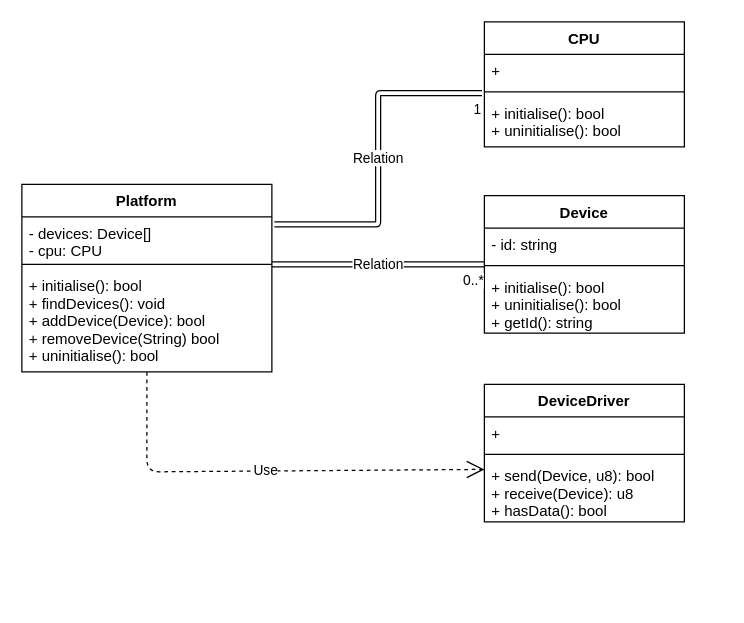
This is docs/design/kernel/platform-abstraction/diagram.drawio from ajh123/gtmos, a draw.io file, before an edit. Source tidied: cells renumbered, new cells numbered last; positions are measured from the earlier drawing's top-left corner, leaving out a move shared by most shapes. Both pictures are drawn from the tidied source at 125%, with x=0, y=0 at pixel (21, 21).
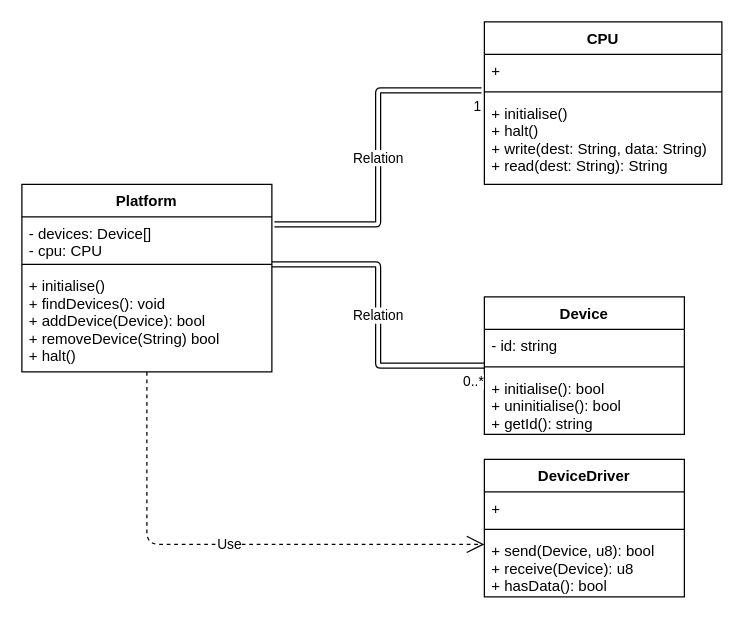
Above is the later version.

Unchanged cells that the change refers to:
```xml
<mxCell id="2" value="Platform" style="swimlane;fontStyle=1;align=center;verticalAlign=top;horizontal=1;startSize=26;" parent="1" vertex="1">
  <mxGeometry y="130" width="200" height="150" as="geometry" />
</mxCell>
<mxCell id="21" value="+ send(Device, u8): bool&#10;+ receive(Device): u8&#10;+ hasData(): bool" style="text;strokeColor=none;fillColor=none;align=left;verticalAlign=top;spacingLeft=4;spacingRight=4;overflow=hidden;points=[[0,0.5],[1,0.5]];portConstraint=eastwest;" parent="18" vertex="1">
  <mxGeometry y="60" width="160" height="50" as="geometry" />
</mxCell>
```

The edit, as a diff of the source:
```diff
@@
-    <mxCell id="5" value="+ initialise(): bool&#10;+ findDevices(): void&#10;+ addDevice(Device): bool&#10;+ removeDevice(String) bool&#10;+ uninitialise(): bool" style="text;strokeColor=none;fillColor=none;align=left;verticalAlign=top;spacingLeft=4;spacingRight=4;overflow=hidden;points=[[0,0.5],[1,0.5]];portConstraint=eastwest;" parent="2" vertex="1">
+    <mxCell id="5" value="+ initialise()&#10;+ findDevices(): void&#10;+ addDevice(Device): bool&#10;+ removeDevice(String) bool&#10;+ halt()" style="text;strokeColor=none;fillColor=none;align=left;verticalAlign=top;spacingLeft=4;spacingRight=4;overflow=hidden;points=[[0,0.5],[1,0.5]];portConstraint=eastwest;" parent="2" vertex="1">
       <mxGeometry y="68" width="200" height="82" as="geometry" />
     </mxCell>
     <mxCell id="6" value="Device" style="swimlane;fontStyle=1;align=center;verticalAlign=top;horizontal=1;startSize=26;" parent="1" vertex="1">
-      <mxGeometry x="370" y="139" width="160" height="110" as="geometry" />
+      <mxGeometry x="370" y="220" width="160" height="110" as="geometry" />
     </mxCell>
@@
     <mxCell id="10" value="CPU" style="swimlane;fontStyle=1;align=center;verticalAlign=top;horizontal=1;startSize=26;" parent="1" vertex="1">
-      <mxGeometry x="370" width="160" height="100" as="geometry" />
+      <mxGeometry x="370" width="190" height="130" as="geometry" />
     </mxCell>
     <mxCell id="11" value="+" style="text;strokeColor=none;fillColor=none;align=left;verticalAlign=top;spacingLeft=4;spacingRight=4;overflow=hidden;" parent="10" vertex="1">
-      <mxGeometry y="26" width="160" height="26" as="geometry" />
+      <mxGeometry y="26" width="190" height="26" as="geometry" />
     </mxCell>
     <mxCell id="12" style="line;strokeWidth=1;fillColor=none;align=left;verticalAlign=middle;spacingTop=-1;spacingLeft=3;spacingRight=3;labelPosition=right;strokeColor=inherit;" parent="10" vertex="1">
-      <mxGeometry y="52" width="160" height="8" as="geometry" />
+      <mxGeometry y="52" width="190" height="8" as="geometry" />
     </mxCell>
-    <mxCell id="13" value="+ initialise(): bool&#10;+ uninitialise(): bool" style="text;strokeColor=none;fillColor=none;align=left;verticalAlign=top;spacingLeft=4;spacingRight=4;overflow=hidden;points=[[0,0.5],[1,0.5]];portConstraint=eastwest;" parent="10" vertex="1">
-      <mxGeometry y="60" width="160" height="40" as="geometry" />
+    <mxCell id="13" value="+ initialise()&#10;+ halt()&#10;+ write(dest: String, data: String)&#10;+ read(dest: String): String" style="text;align=left;verticalAlign=top;spacingLeft=4;spacingRight=4;overflow=hidden;points=[[0,0.5],[1,0.5]];portConstraint=eastwest;" parent="10" vertex="1">
+      <mxGeometry y="60" width="190" height="70" as="geometry" />
     </mxCell>
@@
     <mxCell id="18" value="DeviceDriver" style="swimlane;fontStyle=1;align=center;verticalAlign=top;horizontal=1;startSize=26;" parent="1" vertex="1">
-      <mxGeometry x="370" y="290" width="160" height="110" as="geometry" />
+      <mxGeometry x="370" y="350" width="160" height="110" as="geometry" />
     </mxCell>
@@
     <mxCell id="22" value="Use" style="endArrow=open;endSize=12;dashed=1;html=1;entryX=0;entryY=0.16;entryDx=0;entryDy=0;entryPerimeter=0;" parent="1" edge="1" source="5" target="21">
       <mxGeometry relative="1" as="geometry">
         <Array as="points">
           <mxPoint x="100" y="360" />
+          <mxPoint x="100" y="418" />
         </Array>
       </mxGeometry>
     </mxCell>
```
